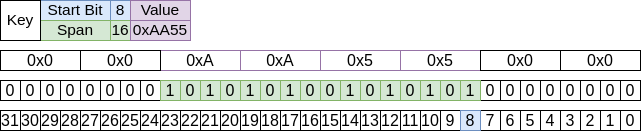
Above: docs/modules/ROOT/images/set_8_16_0xAA55.png in AdamVeazey/edf (draw.io), before the change. Source tidied: cells renumbered, new cells last; positions are measured from the earlier drawing's top-left corner, leaving out a move shared by most shapes.
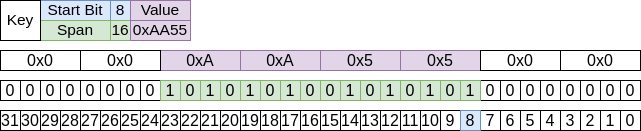
After the change.

Commit message:
Fill in purple boxes in images

Change to the diagram source:
```diff
@@ -5,7 +5,7 @@
     <mxCell id="2" value="0x0" style="rounded=0;whiteSpace=wrap;html=1;fontSize=16;" parent="1" vertex="1">
       <mxGeometry y="50" width="80" height="20" as="geometry" />
     </mxCell>
-    <mxCell id="3" value="0xA" style="rounded=0;whiteSpace=wrap;html=1;fontSize=16;fillColor=default;strokeColor=#9673a6;" parent="1" vertex="1">
+    <mxCell id="3" value="0xA" style="rounded=0;whiteSpace=wrap;html=1;fontSize=16;fillColor=#e1d5e7;strokeColor=#9673a6;" parent="1" vertex="1">
       <mxGeometry x="160" y="50" width="80" height="20" as="geometry" />
     </mxCell>
     <mxCell id="4" value="0" style="rounded=0;whiteSpace=wrap;html=1;fontSize=16;" parent="1" vertex="1">
@@ -41,7 +41,7 @@
     <mxCell id="14" value="24" style="rounded=0;whiteSpace=wrap;html=1;fontSize=16;" parent="1" vertex="1">
       <mxGeometry x="140" y="110" width="20" height="20" as="geometry" />
     </mxCell>
-    <mxCell id="15" value="0x5" style="rounded=0;whiteSpace=wrap;html=1;fontSize=16;fillColor=default;strokeColor=#9673a6;" parent="1" vertex="1">
+    <mxCell id="15" value="0x5" style="rounded=0;whiteSpace=wrap;html=1;fontSize=16;fillColor=#e1d5e7;strokeColor=#9673a6;" parent="1" vertex="1">
       <mxGeometry x="320" y="50" width="80" height="20" as="geometry" />
     </mxCell>
     <mxCell id="16" value="Start Bit" style="rounded=0;whiteSpace=wrap;html=1;fillColor=#dae8fc;strokeColor=#6c8ebf;fontSize=15.5;fontFamily=Helvetica;labelBorderColor=none;" parent="1" vertex="1">
@@ -152,10 +152,10 @@
     <mxCell id="51" value="0x0" style="rounded=0;whiteSpace=wrap;html=1;fontSize=16;" parent="1" vertex="1">
       <mxGeometry x="80" y="50" width="80" height="20" as="geometry" />
     </mxCell>
-    <mxCell id="52" value="0xA" style="rounded=0;whiteSpace=wrap;html=1;fontSize=16;fillColor=default;strokeColor=#9673a6;" parent="1" vertex="1">
+    <mxCell id="52" value="0xA" style="rounded=0;whiteSpace=wrap;html=1;fontSize=16;fillColor=#e1d5e7;strokeColor=#9673a6;" parent="1" vertex="1">
       <mxGeometry x="240" y="50" width="80" height="20" as="geometry" />
     </mxCell>
-    <mxCell id="53" value="0x5" style="rounded=0;whiteSpace=wrap;html=1;fontSize=16;fillColor=default;strokeColor=#9673a6;" parent="1" vertex="1">
+    <mxCell id="53" value="0x5" style="rounded=0;whiteSpace=wrap;html=1;fontSize=16;fillColor=#e1d5e7;strokeColor=#9673a6;" parent="1" vertex="1">
       <mxGeometry x="400" y="50" width="80" height="20" as="geometry" />
     </mxCell>
     <mxCell id="54" value="0x0" style="rounded=0;whiteSpace=wrap;html=1;fontSize=16;fillColor=default;" parent="1" vertex="1">
```
